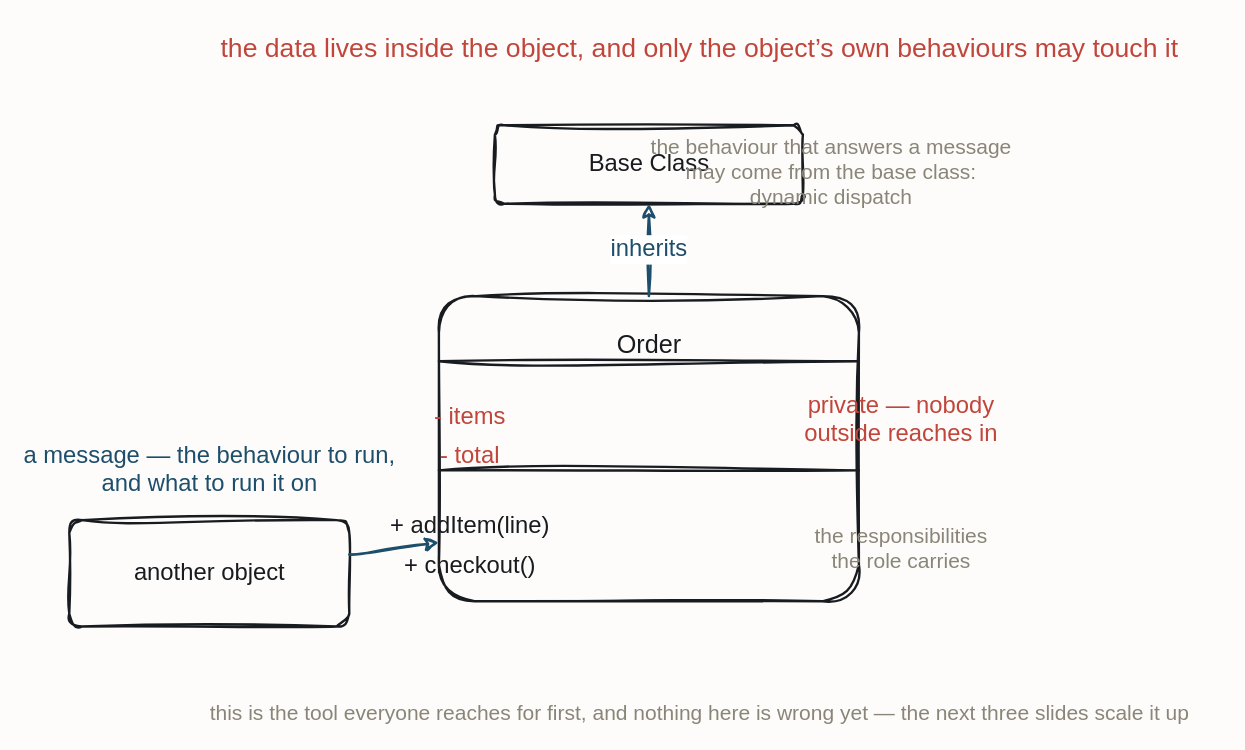
Earlier version of the draw.io diagram resources/flow-oo-class.drawio (iancooper/practical-messaging). Source tidied: cells renumbered, new cells numbered last; positions are measured from the earlier drawing's top-left corner, leaving out a move shared by most shapes. Both pictures are drawn from the tidied source at 140%, with x=0, y=0 at pixel (69, 24).
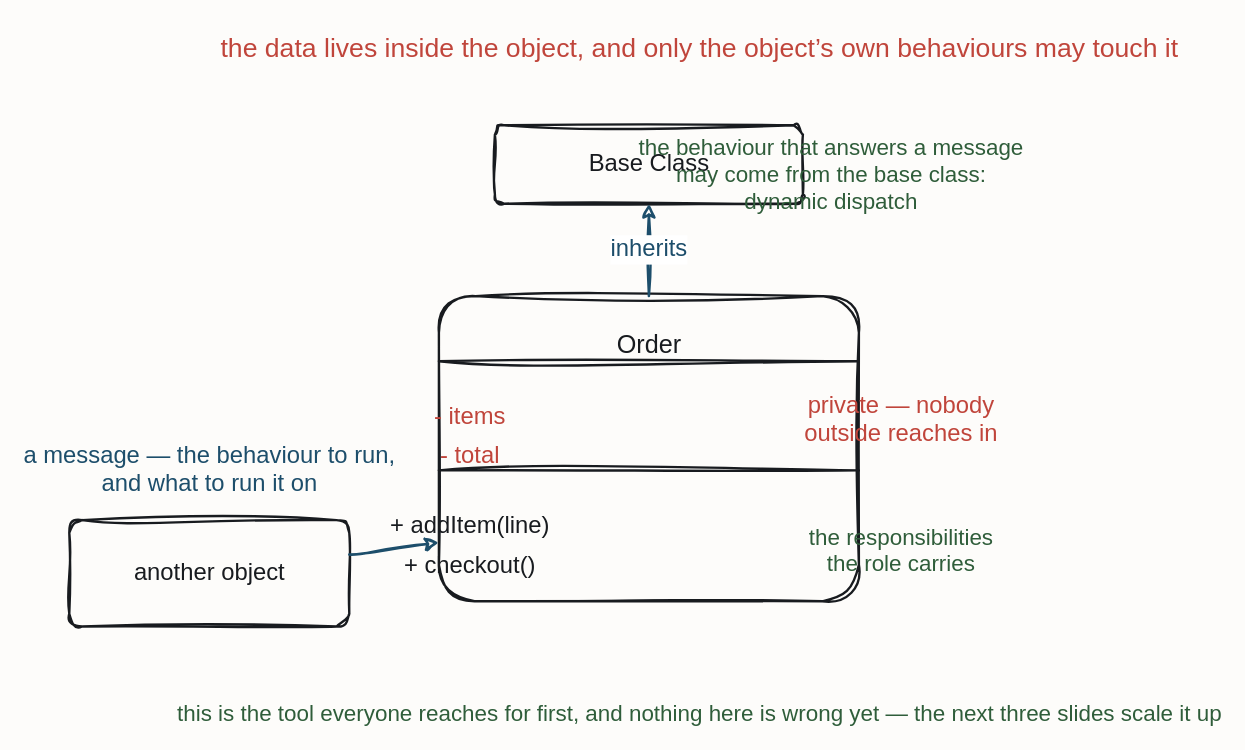
After the change.

What changed in the source:
```diff
@@
-    <mxCell id="13" value="the responsibilities&#10;the role carries" style="text;html=1;align=center;fontFamily=Caveat;fontSize=15;fontColor=#8A8578;" parent="1" vertex="1">
+    <mxCell id="13" value="the responsibilities&#10;the role carries" style="text;html=1;align=center;fontFamily=Caveat;fontSize=16;fontColor=#2F5D3A;" parent="1" vertex="1">
       <mxGeometry x="534" y="350" width="120" height="20" as="geometry" />
     </mxCell>
-    <mxCell id="14" value="the behaviour that answers a message&#10;may come from the base class:&#10;dynamic dispatch" style="text;html=1;align=center;fontFamily=Caveat;fontSize=15;fontColor=#8A8578;" parent="1" vertex="1">
+    <mxCell id="14" value="the behaviour that answers a message&#10;may come from the base class:&#10;dynamic dispatch" style="text;html=1;align=center;fontFamily=Caveat;fontSize=16;fontColor=#2F5D3A;" parent="1" vertex="1">
       <mxGeometry x="484" y="72" width="120" height="20" as="geometry" />
     </mxCell>
@@
-    <mxCell id="17" value="this is the tool everyone reaches for first, and nothing here is wrong yet — the next three slides scale it up" style="text;html=1;align=center;fontFamily=Caveat;fontSize=15;fontColor=#8A8578;" parent="1" vertex="1">
+    <mxCell id="17" value="this is the tool everyone reaches for first, and nothing here is wrong yet — the next three slides scale it up" style="text;html=1;align=center;fontFamily=Caveat;fontSize=16;fontColor=#2F5D3A;" parent="1" vertex="1">
       <mxGeometry x="390" y="476" width="120" height="20" as="geometry" />
     </mxCell>
```
